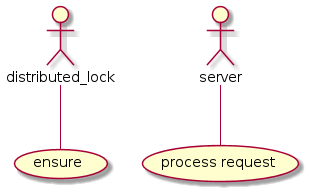
vladivashchenko/nl-to-uml-demo keeps this PlantUML diagram as case_class.png. Above is the earlier version.
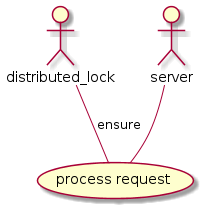
Above is the later version.

Commit message:
Case class giagram generation done 2

The edit, as a diff of the source:
```diff
@@ -1,6 +1,6 @@
 @startuml
  actor distributed_lock
  actor server
-distributed_lock -- (ensure)
+distributed_lock -- (process request): ensure
 server -- (process request)
 @enduml
```
